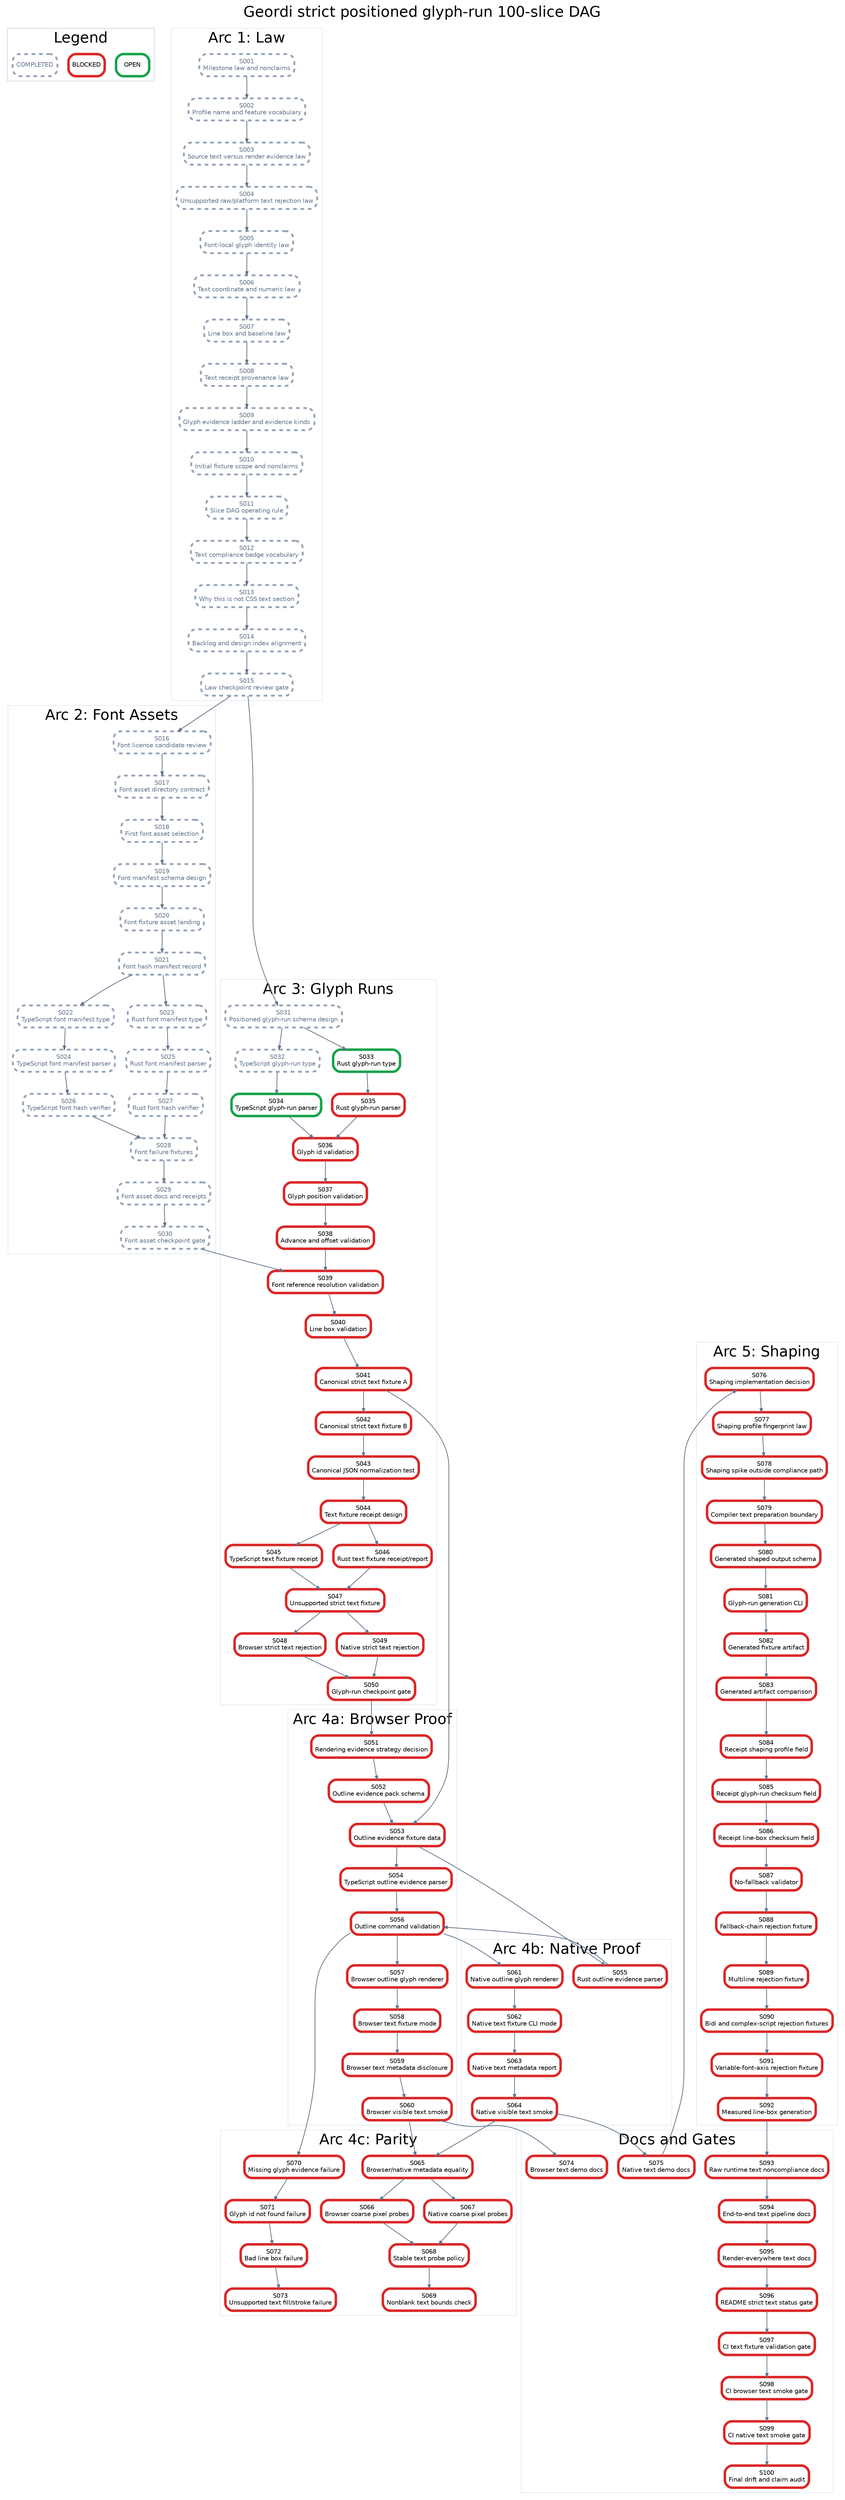
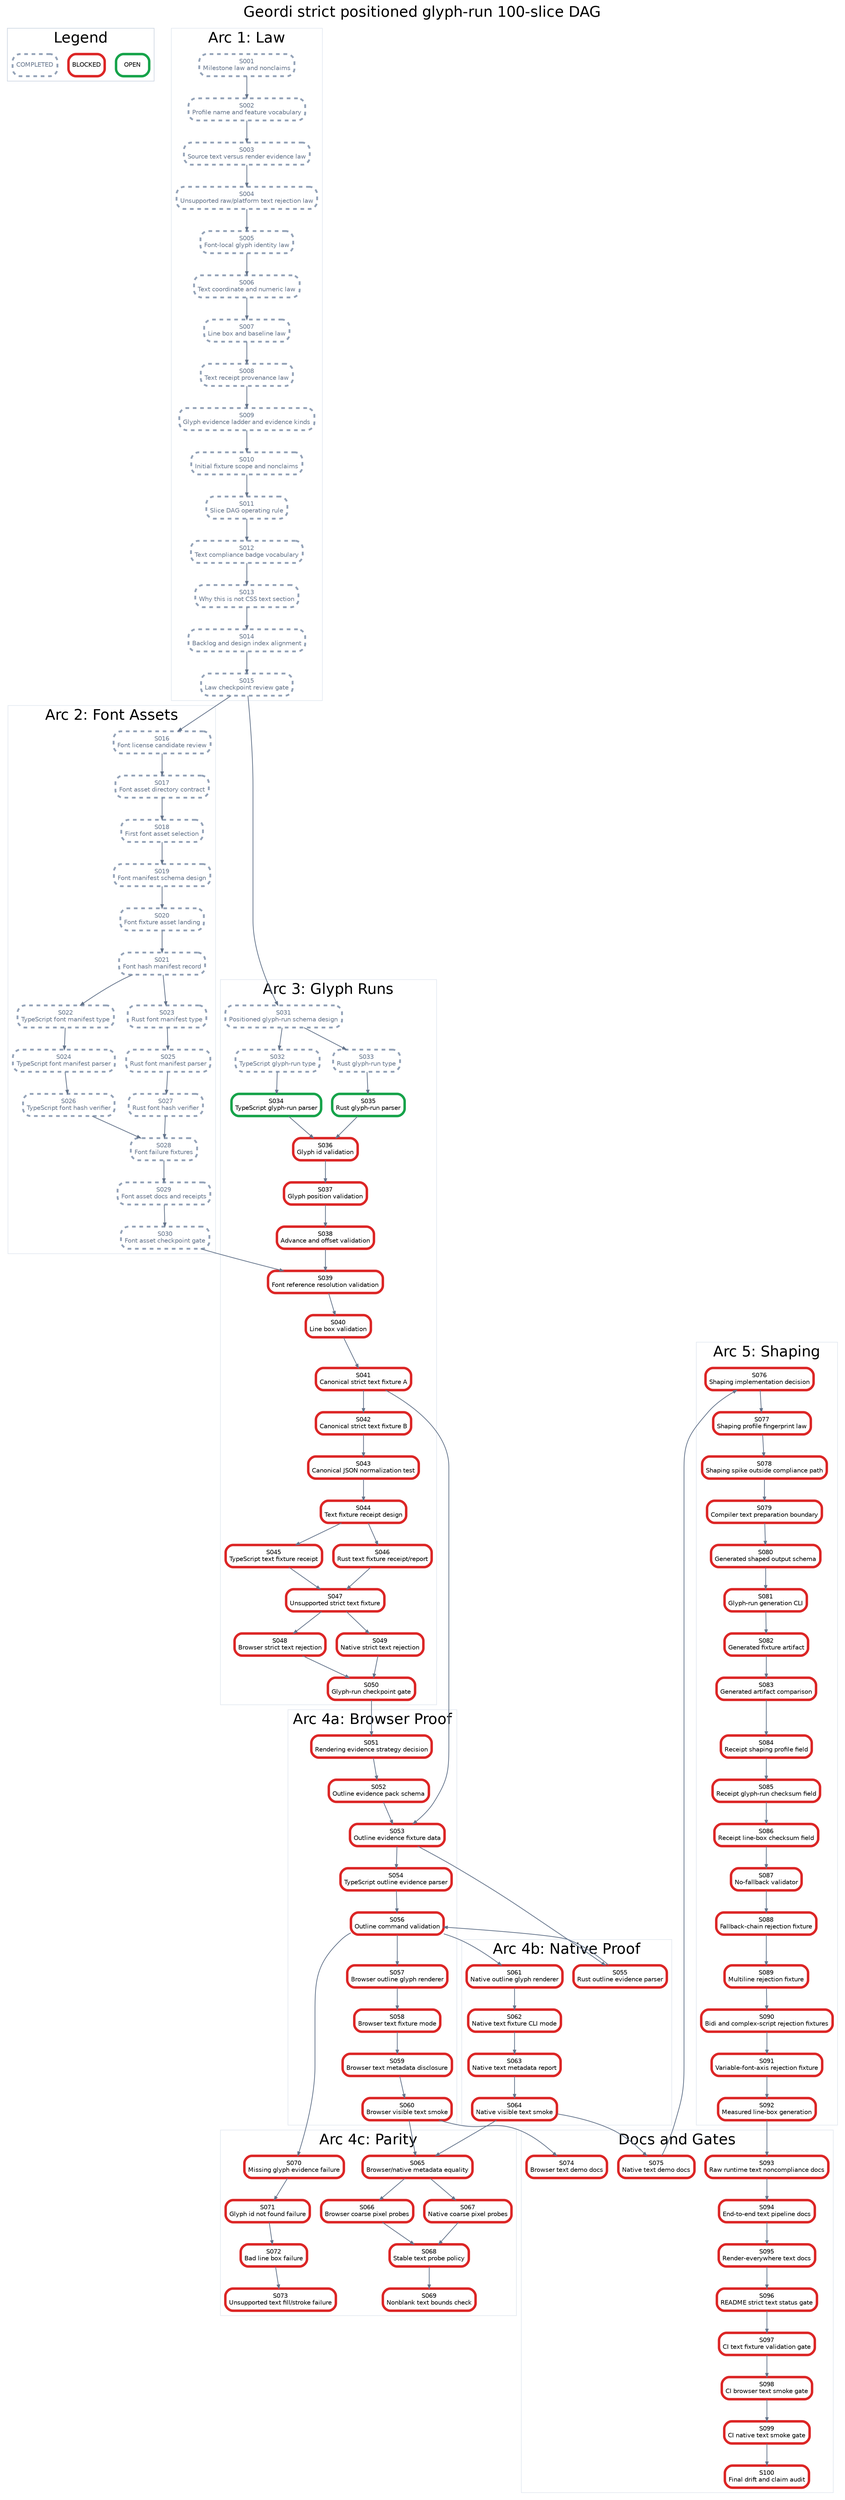
digraph StrictPositionedGlyphRunPlan {
  graph [rankdir=TB, bgcolor="white", fontname="Helvetica", label="Geordi strict positioned glyph-run 100-slice DAG", labelloc="t", fontsize=24];
  node [shape=box, style="rounded,filled", fillcolor="white", fontname="Helvetica", fontsize=10, margin="0.08,0.05"];
  edge [color="#64748b", arrowsize=0.6, penwidth=1.2];

  subgraph cluster_legend {
    label="Legend";
    color="#cbd5e1";
    legend_open [label="OPEN", color="#16a34a", penwidth=4];
    legend_blocked [label="BLOCKED", color="#dc2626", penwidth=4];
    legend_done [label="COMPLETED", color="#94a3b8", penwidth=3, style="rounded,filled,dashed", fontcolor="#64748b"];
  }

  subgraph cluster_law {
    label="Arc 1: Law";
    color="#e2e8f0";
    S001 [label="S001\nMilestone law and nonclaims", color="#94a3b8", penwidth=3, style="rounded,filled,dashed", fontcolor="#64748b"];
    S002 [label="S002\nProfile name and feature vocabulary", color="#94a3b8", penwidth=3, style="rounded,filled,dashed", fontcolor="#64748b"];
    S003 [label="S003\nSource text versus render evidence law", color="#94a3b8", penwidth=3, style="rounded,filled,dashed", fontcolor="#64748b"];
    S004 [label="S004\nUnsupported raw/platform text rejection law", color="#94a3b8", penwidth=3, style="rounded,filled,dashed", fontcolor="#64748b"];
    S005 [label="S005\nFont-local glyph identity law", color="#94a3b8", penwidth=3, style="rounded,filled,dashed", fontcolor="#64748b"];
    S006 [label="S006\nText coordinate and numeric law", color="#94a3b8", penwidth=3, style="rounded,filled,dashed", fontcolor="#64748b"];
    S007 [label="S007\nLine box and baseline law", color="#94a3b8", penwidth=3, style="rounded,filled,dashed", fontcolor="#64748b"];
    S008 [label="S008\nText receipt provenance law", color="#94a3b8", penwidth=3, style="rounded,filled,dashed", fontcolor="#64748b"];
    S009 [label="S009\nGlyph evidence ladder and evidence kinds", color="#94a3b8", penwidth=3, style="rounded,filled,dashed", fontcolor="#64748b"];
    S010 [label="S010\nInitial fixture scope and nonclaims", color="#94a3b8", penwidth=3, style="rounded,filled,dashed", fontcolor="#64748b"];
    S011 [label="S011\nSlice DAG operating rule", color="#94a3b8", penwidth=3, style="rounded,filled,dashed", fontcolor="#64748b"];
    S012 [label="S012\nText compliance badge vocabulary", color="#94a3b8", penwidth=3, style="rounded,filled,dashed", fontcolor="#64748b"];
    S013 [label="S013\nWhy this is not CSS text section", color="#94a3b8", penwidth=3, style="rounded,filled,dashed", fontcolor="#64748b"];
    S014 [label="S014\nBacklog and design index alignment", color="#94a3b8", penwidth=3, style="rounded,filled,dashed", fontcolor="#64748b"];
    S015 [label="S015\nLaw checkpoint review gate", color="#94a3b8", penwidth=3, style="rounded,filled,dashed", fontcolor="#64748b"];
  }

  subgraph cluster_assets {
    label="Arc 2: Font Assets";
    color="#e2e8f0";
    S016 [label="S016\nFont license candidate review", color="#94a3b8", penwidth=3, style="rounded,filled,dashed", fontcolor="#64748b"];
    S017 [label="S017\nFont asset directory contract", color="#94a3b8", penwidth=3, style="rounded,filled,dashed", fontcolor="#64748b"];
    S018 [label="S018\nFirst font asset selection", color="#94a3b8", penwidth=3, style="rounded,filled,dashed", fontcolor="#64748b"];
    S019 [label="S019\nFont manifest schema design", color="#94a3b8", penwidth=3, style="rounded,filled,dashed", fontcolor="#64748b"];
    S020 [label="S020\nFont fixture asset landing", color="#94a3b8", penwidth=3, style="rounded,filled,dashed", fontcolor="#64748b"];
    S021 [label="S021\nFont hash manifest record", color="#94a3b8", penwidth=3, style="rounded,filled,dashed", fontcolor="#64748b"];
    S022 [label="S022\nTypeScript font manifest type", color="#94a3b8", penwidth=3, style="rounded,filled,dashed", fontcolor="#64748b"];
    S023 [label="S023\nRust font manifest type", color="#94a3b8", penwidth=3, style="rounded,filled,dashed", fontcolor="#64748b"];
    S024 [label="S024\nTypeScript font manifest parser", color="#94a3b8", penwidth=3, style="rounded,filled,dashed", fontcolor="#64748b"];
    S025 [label="S025\nRust font manifest parser", color="#94a3b8", penwidth=3, style="rounded,filled,dashed", fontcolor="#64748b"];
    S026 [label="S026\nTypeScript font hash verifier", color="#94a3b8", penwidth=3, style="rounded,filled,dashed", fontcolor="#64748b"];
    S027 [label="S027\nRust font hash verifier", color="#94a3b8", penwidth=3, style="rounded,filled,dashed", fontcolor="#64748b"];
    S028 [label="S028\nFont failure fixtures", color="#94a3b8", penwidth=3, style="rounded,filled,dashed", fontcolor="#64748b"];
    S029 [label="S029\nFont asset docs and receipts", color="#94a3b8", penwidth=3, style="rounded,filled,dashed", fontcolor="#64748b"];
    S030 [label="S030\nFont asset checkpoint gate", color="#94a3b8", penwidth=3, style="rounded,filled,dashed", fontcolor="#64748b"];
  }

  subgraph cluster_glyph {
    label="Arc 3: Glyph Runs";
    color="#e2e8f0";
    S031 [label="S031\nPositioned glyph-run schema design", color="#94a3b8", penwidth=3, style="rounded,filled,dashed", fontcolor="#64748b"];
    S032 [label="S032\nTypeScript glyph-run type", color="#94a3b8", penwidth=3, style="rounded,filled,dashed", fontcolor="#64748b"];
-     S033 [label="S033\nRust glyph-run type", color="#16a34a", penwidth=4];
+     S033 [label="S033\nRust glyph-run type", color="#94a3b8", penwidth=3, style="rounded,filled,dashed", fontcolor="#64748b"];
    S034 [label="S034\nTypeScript glyph-run parser", color="#16a34a", penwidth=4];
-     S035 [label="S035\nRust glyph-run parser", color="#dc2626", penwidth=4];
+     S035 [label="S035\nRust glyph-run parser", color="#16a34a", penwidth=4];
    S036 [label="S036\nGlyph id validation", color="#dc2626", penwidth=4];
    S037 [label="S037\nGlyph position validation", color="#dc2626", penwidth=4];
    S038 [label="S038\nAdvance and offset validation", color="#dc2626", penwidth=4];
    S039 [label="S039\nFont reference resolution validation", color="#dc2626", penwidth=4];
    S040 [label="S040\nLine box validation", color="#dc2626", penwidth=4];
    S041 [label="S041\nCanonical strict text fixture A", color="#dc2626", penwidth=4];
    S042 [label="S042\nCanonical strict text fixture B", color="#dc2626", penwidth=4];
    S043 [label="S043\nCanonical JSON normalization test", color="#dc2626", penwidth=4];
    S044 [label="S044\nText fixture receipt design", color="#dc2626", penwidth=4];
    S045 [label="S045\nTypeScript text fixture receipt", color="#dc2626", penwidth=4];
    S046 [label="S046\nRust text fixture receipt/report", color="#dc2626", penwidth=4];
    S047 [label="S047\nUnsupported strict text fixture", color="#dc2626", penwidth=4];
    S048 [label="S048\nBrowser strict text rejection", color="#dc2626", penwidth=4];
    S049 [label="S049\nNative strict text rejection", color="#dc2626", penwidth=4];
    S050 [label="S050\nGlyph-run checkpoint gate", color="#dc2626", penwidth=4];
  }

  subgraph cluster_browser {
    label="Arc 4a: Browser Proof";
    color="#e2e8f0";
    S051 [label="S051\nRendering evidence strategy decision", color="#dc2626", penwidth=4];
    S052 [label="S052\nOutline evidence pack schema", color="#dc2626", penwidth=4];
    S053 [label="S053\nOutline evidence fixture data", color="#dc2626", penwidth=4];
    S054 [label="S054\nTypeScript outline evidence parser", color="#dc2626", penwidth=4];
    S056 [label="S056\nOutline command validation", color="#dc2626", penwidth=4];
    S057 [label="S057\nBrowser outline glyph renderer", color="#dc2626", penwidth=4];
    S058 [label="S058\nBrowser text fixture mode", color="#dc2626", penwidth=4];
    S059 [label="S059\nBrowser text metadata disclosure", color="#dc2626", penwidth=4];
    S060 [label="S060\nBrowser visible text smoke", color="#dc2626", penwidth=4];
  }

  subgraph cluster_native {
    label="Arc 4b: Native Proof";
    color="#e2e8f0";
    S055 [label="S055\nRust outline evidence parser", color="#dc2626", penwidth=4];
    S061 [label="S061\nNative outline glyph renderer", color="#dc2626", penwidth=4];
    S062 [label="S062\nNative text fixture CLI mode", color="#dc2626", penwidth=4];
    S063 [label="S063\nNative text metadata report", color="#dc2626", penwidth=4];
    S064 [label="S064\nNative visible text smoke", color="#dc2626", penwidth=4];
  }

  subgraph cluster_parity {
    label="Arc 4c: Parity";
    color="#e2e8f0";
    S065 [label="S065\nBrowser/native metadata equality", color="#dc2626", penwidth=4];
    S066 [label="S066\nBrowser coarse pixel probes", color="#dc2626", penwidth=4];
    S067 [label="S067\nNative coarse pixel probes", color="#dc2626", penwidth=4];
    S068 [label="S068\nStable text probe policy", color="#dc2626", penwidth=4];
    S069 [label="S069\nNonblank text bounds check", color="#dc2626", penwidth=4];
    S070 [label="S070\nMissing glyph evidence failure", color="#dc2626", penwidth=4];
    S071 [label="S071\nGlyph id not found failure", color="#dc2626", penwidth=4];
    S072 [label="S072\nBad line box failure", color="#dc2626", penwidth=4];
    S073 [label="S073\nUnsupported text fill/stroke failure", color="#dc2626", penwidth=4];
  }

  subgraph cluster_shaping {
    label="Arc 5: Shaping";
    color="#e2e8f0";
    S076 [label="S076\nShaping implementation decision", color="#dc2626", penwidth=4];
    S077 [label="S077\nShaping profile fingerprint law", color="#dc2626", penwidth=4];
    S078 [label="S078\nShaping spike outside compliance path", color="#dc2626", penwidth=4];
    S079 [label="S079\nCompiler text preparation boundary", color="#dc2626", penwidth=4];
    S080 [label="S080\nGenerated shaped output schema", color="#dc2626", penwidth=4];
    S081 [label="S081\nGlyph-run generation CLI", color="#dc2626", penwidth=4];
    S082 [label="S082\nGenerated fixture artifact", color="#dc2626", penwidth=4];
    S083 [label="S083\nGenerated artifact comparison", color="#dc2626", penwidth=4];
    S084 [label="S084\nReceipt shaping profile field", color="#dc2626", penwidth=4];
    S085 [label="S085\nReceipt glyph-run checksum field", color="#dc2626", penwidth=4];
    S086 [label="S086\nReceipt line-box checksum field", color="#dc2626", penwidth=4];
    S087 [label="S087\nNo-fallback validator", color="#dc2626", penwidth=4];
    S088 [label="S088\nFallback-chain rejection fixture", color="#dc2626", penwidth=4];
    S089 [label="S089\nMultiline rejection fixture", color="#dc2626", penwidth=4];
    S090 [label="S090\nBidi and complex-script rejection fixtures", color="#dc2626", penwidth=4];
    S091 [label="S091\nVariable-font-axis rejection fixture", color="#dc2626", penwidth=4];
    S092 [label="S092\nMeasured line-box generation", color="#dc2626", penwidth=4];
  }

  subgraph cluster_docs {
    label="Docs and Gates";
    color="#e2e8f0";
    S074 [label="S074\nBrowser text demo docs", color="#dc2626", penwidth=4];
    S075 [label="S075\nNative text demo docs", color="#dc2626", penwidth=4];
    S093 [label="S093\nRaw runtime text noncompliance docs", color="#dc2626", penwidth=4];
    S094 [label="S094\nEnd-to-end text pipeline docs", color="#dc2626", penwidth=4];
    S095 [label="S095\nRender-everywhere text docs", color="#dc2626", penwidth=4];
    S096 [label="S096\nREADME strict text status gate", color="#dc2626", penwidth=4];
    S097 [label="S097\nCI text fixture validation gate", color="#dc2626", penwidth=4];
    S098 [label="S098\nCI browser text smoke gate", color="#dc2626", penwidth=4];
    S099 [label="S099\nCI native text smoke gate", color="#dc2626", penwidth=4];
    S100 [label="S100\nFinal drift and claim audit", color="#dc2626", penwidth=4];
  }

  S001 -> S002;
  S002 -> S003;
  S003 -> S004;
  S004 -> S005;
  S005 -> S006;
  S006 -> S007;
  S007 -> S008;
  S008 -> S009;
  S009 -> S010;
  S010 -> S011;
  S011 -> S012;
  S012 -> S013;
  S013 -> S014;
  S014 -> S015;
  S015 -> S016;
  S016 -> S017;
  S017 -> S018;
  S018 -> S019;
  S019 -> S020;
  S020 -> S021;
  S021 -> S022;
  S021 -> S023;
  S022 -> S024;
  S023 -> S025;
  S024 -> S026;
  S025 -> S027;
  S026 -> S028;
  S027 -> S028;
  S028 -> S029;
  S029 -> S030;
  S015 -> S031;
  S031 -> S032;
  S031 -> S033;
  S032 -> S034;
  S033 -> S035;
  S034 -> S036;
  S035 -> S036;
  S036 -> S037;
  S037 -> S038;
  S038 -> S039;
  S039 -> S040;
  S030 -> S039;
  S040 -> S041;
  S041 -> S042;
  S042 -> S043;
  S043 -> S044;
  S044 -> S045;
  S044 -> S046;
  S045 -> S047;
  S046 -> S047;
  S047 -> S048;
  S047 -> S049;
  S048 -> S050;
  S049 -> S050;
  S050 -> S051;
  S051 -> S052;
  S052 -> S053;
  S041 -> S053;
  S053 -> S054;
  S053 -> S055;
  S054 -> S056;
  S055 -> S056;
  S056 -> S057;
  S057 -> S058;
  S058 -> S059;
  S059 -> S060;
  S056 -> S061;
  S061 -> S062;
  S062 -> S063;
  S063 -> S064;
  S060 -> S065;
  S064 -> S065;
  S065 -> S066;
  S065 -> S067;
  S066 -> S068;
  S067 -> S068;
  S068 -> S069;
  S056 -> S070;
  S070 -> S071;
  S071 -> S072;
  S072 -> S073;
  S060 -> S074;
  S064 -> S075;
  S075 -> S076;
  S076 -> S077;
  S077 -> S078;
  S078 -> S079;
  S079 -> S080;
  S080 -> S081;
  S081 -> S082;
  S082 -> S083;
  S083 -> S084;
  S084 -> S085;
  S085 -> S086;
  S086 -> S087;
  S087 -> S088;
  S088 -> S089;
  S089 -> S090;
  S090 -> S091;
  S091 -> S092;
  S092 -> S093;
  S093 -> S094;
  S094 -> S095;
  S095 -> S096;
  S096 -> S097;
  S097 -> S098;
  S098 -> S099;
  S099 -> S100;
}
